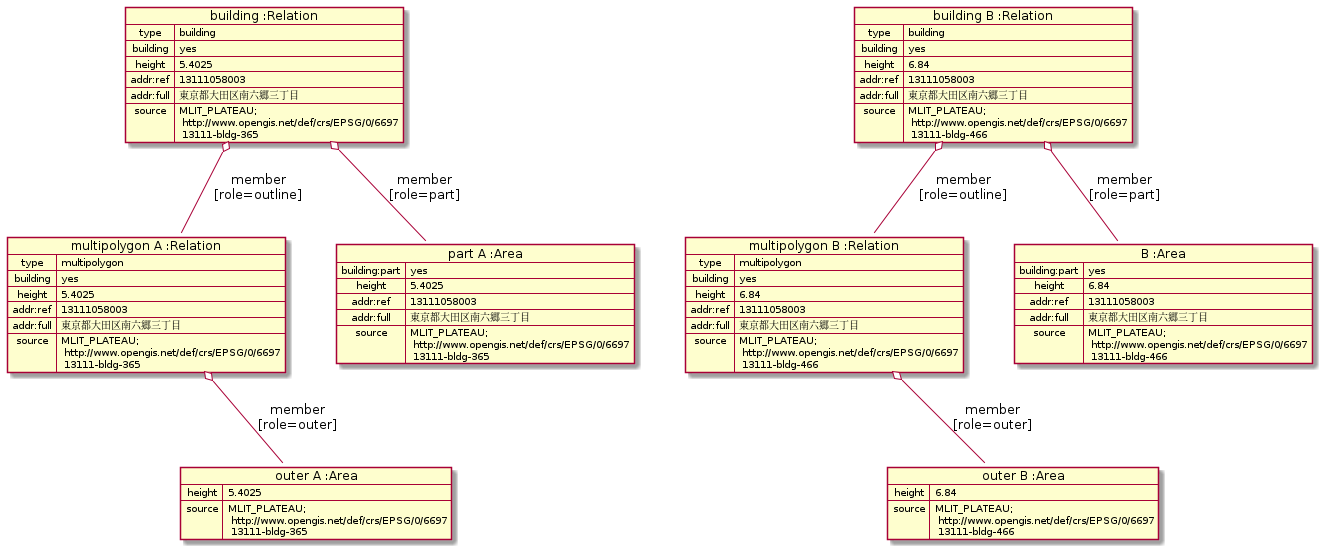
Above: doc/building/sample-a/sample-a-osm1.png in yuuhayashi/citygml-osm (PlantUML), before the change.
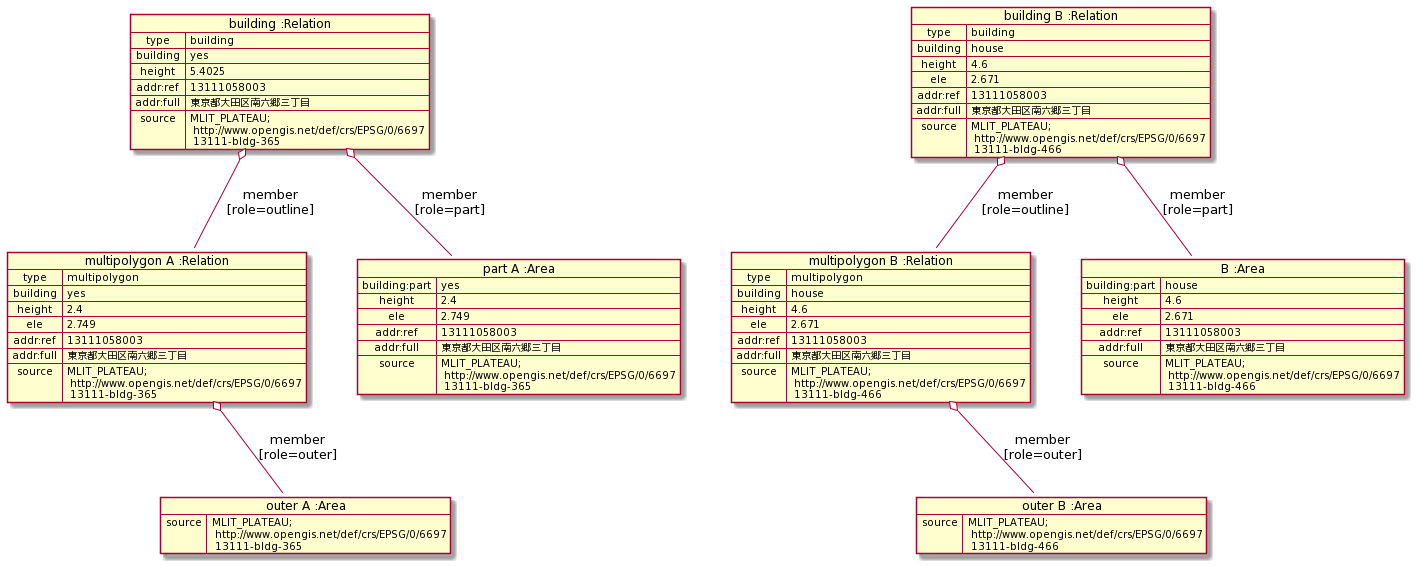
After the change.

Change to the diagram source:
```diff
@@ -11,7 +11,8 @@
 map "multipolygon A :Relation" as polygonA {
  type => multipolygon
  building => yes
- height => 5.4025
+ height => 2.4
+ ele => 2.749
  addr:ref => 13111058003
  addr:full => 東京都大田区南六郷三丁目
  source => MLIT_PLATEAU;\n http://www.opengis.net/def/crs/EPSG/0/6697\n 13111-bldg-365
@@ -19,14 +20,14 @@
 
 map "part A :Area" as partA {
  building:part => yes
- height => 5.4025
+ height => 2.4
+ ele => 2.749
  addr:ref => 13111058003
  addr:full => 東京都大田区南六郷三丁目
  source => MLIT_PLATEAU;\n http://www.opengis.net/def/crs/EPSG/0/6697\n 13111-bldg-365
 }
 
 map "outer A :Area" as outerA {
- height => 5.4025
  source => MLIT_PLATEAU;\n http://www.opengis.net/def/crs/EPSG/0/6697\n 13111-bldg-365
 }
 
@@ -38,8 +39,9 @@
 
 map "building B :Relation" as buildingB {
  type => building
- building => yes
- height => 6.84
+ building => house
+ height => 4.6
+ ele => 2.671
  addr:ref => 13111058003
  addr:full => 東京都大田区南六郷三丁目
  source => MLIT_PLATEAU;\n http://www.opengis.net/def/crs/EPSG/0/6697\n 13111-bldg-466
@@ -47,23 +49,24 @@
 
 map "multipolygon B :Relation" as polygonB {
  type => multipolygon
- building => yes
- height => 6.84
+ building => house
+ height => 4.6
+ ele => 2.671
  addr:ref => 13111058003
  addr:full => 東京都大田区南六郷三丁目
  source => MLIT_PLATEAU;\n http://www.opengis.net/def/crs/EPSG/0/6697\n 13111-bldg-466
 }
 
 map "B :Area" as partB {
- building:part => yes
- height => 6.84
+ building:part => house
+ height => 4.6
+ ele => 2.671
  addr:ref => 13111058003
  addr:full => 東京都大田区南六郷三丁目
  source => MLIT_PLATEAU;\n http://www.opengis.net/def/crs/EPSG/0/6697\n 13111-bldg-466
 }
 
 map "outer B :Area" as outerB {
- height => 6.84
  source => MLIT_PLATEAU;\n http://www.opengis.net/def/crs/EPSG/0/6697\n 13111-bldg-466
 }
 
```
